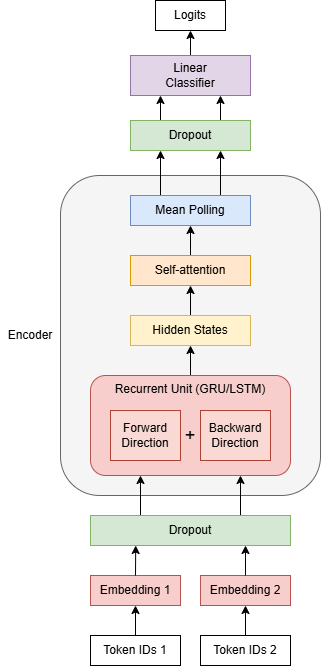
Before: docs/figures/rnn_architecture_diagram/rnn_architecture.drawio.png, a diagram exported from draw.io (RayYouDS/cits4012-NLP-project). Source tidied: cells renumbered, new cells last; positions are measured from the earlier drawing's top-left corner, leaving out a move shared by most shapes. Source of this version:
```xml
<mxGraphModel>
  <root>
    <mxCell id="0" />
    <mxCell id="1" parent="0" />
    <mxCell id="2" style="rounded=1;whiteSpace=wrap;html=1;roundedPerimeter=1;fillColor=#f5f5f5;fontColor=#333333;strokeColor=#666666;" parent="1" vertex="1">
      <mxGeometry x="60" y="175" width="260" height="320" as="geometry" />
    </mxCell>
    <mxCell id="3" value="Embedding 1" style="rounded=0;whiteSpace=wrap;html=1;fillColor=#f8cecc;strokeColor=#b85450;" parent="1" vertex="1">
      <mxGeometry x="90" y="575" width="90" height="30" as="geometry" />
    </mxCell>
    <mxCell id="4" value="Embedding 2" style="rounded=0;whiteSpace=wrap;html=1;fillColor=#f8cecc;strokeColor=#b85450;" parent="1" vertex="1">
      <mxGeometry x="200" y="575" width="90" height="30" as="geometry" />
    </mxCell>
    <mxCell id="5" style="edgeStyle=orthogonalEdgeStyle;rounded=0;jettySize=auto;html=1;exitX=0.5;exitY=0;exitDx=0;exitDy=0;entryX=0.5;entryY=1;entryDx=0;entryDy=0;" parent="1" edge="1" source="6" target="3">
      <mxGeometry relative="1" as="geometry" />
    </mxCell>
    <mxCell id="6" value="Token IDs 1" style="rounded=0;whiteSpace=wrap;html=1;" parent="1" vertex="1">
      <mxGeometry x="90" y="635" width="90" height="30" as="geometry" />
    </mxCell>
    <mxCell id="7" style="edgeStyle=orthogonalEdgeStyle;rounded=0;jettySize=auto;html=1;exitX=0.5;exitY=0;exitDx=0;exitDy=0;entryX=0.5;entryY=1;entryDx=0;entryDy=0;" parent="1" edge="1" source="8" target="4">
      <mxGeometry relative="1" as="geometry" />
    </mxCell>
    <mxCell id="8" value="Token IDs 2" style="rounded=0;whiteSpace=wrap;html=1;" parent="1" vertex="1">
      <mxGeometry x="200" y="635" width="90" height="30" as="geometry" />
    </mxCell>
    <mxCell id="9" style="edgeStyle=orthogonalEdgeStyle;rounded=0;jettySize=auto;html=1;exitX=0.25;exitY=0;exitDx=0;exitDy=0;entryX=0.25;entryY=1;entryDx=0;entryDy=0;" parent="1" edge="1" source="11" target="13">
      <mxGeometry relative="1" as="geometry" />
    </mxCell>
    <mxCell id="10" style="edgeStyle=orthogonalEdgeStyle;rounded=0;jettySize=auto;html=1;exitX=0.75;exitY=0;exitDx=0;exitDy=0;entryX=0.75;entryY=1;entryDx=0;entryDy=0;" parent="1" edge="1" source="11" target="13">
      <mxGeometry relative="1" as="geometry" />
    </mxCell>
    <mxCell id="11" value="Dropout" style="rounded=0;whiteSpace=wrap;html=1;fillColor=#d5e8d4;strokeColor=#82b366;" parent="1" vertex="1">
      <mxGeometry x="90" y="515" width="200" height="30" as="geometry" />
    </mxCell>
    <mxCell id="12" style="edgeStyle=orthogonalEdgeStyle;rounded=0;jettySize=auto;html=1;exitX=0.5;exitY=0;exitDx=0;exitDy=0;entryX=0.5;entryY=1;entryDx=0;entryDy=0;" parent="1" edge="1" source="13" target="23">
      <mxGeometry relative="1" as="geometry" />
    </mxCell>
    <mxCell id="13" value="Recurrent Unit (GRU/LSTM)" style="rounded=1;whiteSpace=wrap;html=1;roundedPerimeter=1;verticalAlign=top;fillColor=#f8cecc;strokeColor=#b85450;" parent="1" vertex="1">
      <mxGeometry x="90" y="375" width="200" height="100" as="geometry" />
    </mxCell>
    <mxCell id="14" value="Forward&lt;br&gt;Direction" style="rounded=0;whiteSpace=wrap;html=1;fillColor=#fad9d5;strokeColor=#ae4132;" parent="1" vertex="1">
      <mxGeometry x="110" y="410" width="70" height="50" as="geometry" />
    </mxCell>
    <mxCell id="15" value="Backward&lt;br&gt;Direction" style="rounded=0;whiteSpace=wrap;html=1;fillColor=#fad9d5;strokeColor=#ae4132;" parent="1" vertex="1">
      <mxGeometry x="200" y="410" width="70" height="50" as="geometry" />
    </mxCell>
    <mxCell id="16" value="+" style="text;html=1;whiteSpace=wrap;strokeColor=none;fillColor=none;align=center;verticalAlign=middle;rounded=0;fontSize=18;" parent="1" vertex="1">
      <mxGeometry x="180" y="420" width="20" height="30" as="geometry" />
    </mxCell>
    <mxCell id="17" style="edgeStyle=orthogonalEdgeStyle;rounded=0;jettySize=auto;html=1;exitX=0.5;exitY=0;exitDx=0;exitDy=0;entryX=0.5;entryY=1;entryDx=0;entryDy=0;" parent="1" edge="1" source="18" target="21">
      <mxGeometry relative="1" as="geometry" />
    </mxCell>
    <mxCell id="18" value="Self-attention" style="rounded=0;whiteSpace=wrap;html=1;fillColor=#ffe6cc;strokeColor=#d79b00;" parent="1" vertex="1">
      <mxGeometry x="130" y="255" width="120" height="30" as="geometry" />
    </mxCell>
    <mxCell id="19" style="edgeStyle=orthogonalEdgeStyle;rounded=0;jettySize=auto;html=1;exitX=0.25;exitY=0;exitDx=0;exitDy=0;entryX=0.25;entryY=1;entryDx=0;entryDy=0;" parent="1" edge="1" source="21" target="27">
      <mxGeometry relative="1" as="geometry" />
    </mxCell>
    <mxCell id="20" style="edgeStyle=orthogonalEdgeStyle;rounded=0;jettySize=auto;html=1;exitX=0.75;exitY=0;exitDx=0;exitDy=0;entryX=0.75;entryY=1;entryDx=0;entryDy=0;" parent="1" edge="1" source="21" target="27">
      <mxGeometry relative="1" as="geometry" />
    </mxCell>
    <mxCell id="21" value="Mean Polling" style="rounded=0;whiteSpace=wrap;html=1;fillColor=#dae8fc;strokeColor=#6c8ebf;" parent="1" vertex="1">
      <mxGeometry x="130" y="195" width="120" height="30" as="geometry" />
    </mxCell>
    <mxCell id="22" style="edgeStyle=orthogonalEdgeStyle;rounded=0;jettySize=auto;html=1;exitX=0.5;exitY=0;exitDx=0;exitDy=0;entryX=0.5;entryY=1;entryDx=0;entryDy=0;" parent="1" edge="1" source="23" target="18">
      <mxGeometry relative="1" as="geometry" />
    </mxCell>
    <mxCell id="23" value="Hidden States" style="rounded=0;whiteSpace=wrap;html=1;fillColor=#fff2cc;strokeColor=#d6b656;" parent="1" vertex="1">
      <mxGeometry x="130" y="315" width="120" height="30" as="geometry" />
    </mxCell>
    <mxCell id="24" value="Encoder" style="text;html=1;whiteSpace=wrap;strokeColor=none;fillColor=none;align=center;verticalAlign=middle;rounded=0;" parent="1" vertex="1">
      <mxGeometry y="320" width="60" height="30" as="geometry" />
    </mxCell>
    <mxCell id="25" style="edgeStyle=orthogonalEdgeStyle;rounded=0;jettySize=auto;html=1;exitX=0.25;exitY=0;exitDx=0;exitDy=0;entryX=0.25;entryY=1;entryDx=0;entryDy=0;" parent="1" edge="1" source="27" target="29">
      <mxGeometry relative="1" as="geometry" />
    </mxCell>
    <mxCell id="26" style="edgeStyle=orthogonalEdgeStyle;rounded=0;jettySize=auto;html=1;exitX=0.75;exitY=0;exitDx=0;exitDy=0;entryX=0.75;entryY=1;entryDx=0;entryDy=0;" parent="1" edge="1" source="27" target="29">
      <mxGeometry relative="1" as="geometry" />
    </mxCell>
    <mxCell id="27" value="Dropout" style="rounded=0;whiteSpace=wrap;html=1;fillColor=#d5e8d4;strokeColor=#82b366;" parent="1" vertex="1">
      <mxGeometry x="130" y="120" width="120" height="30" as="geometry" />
    </mxCell>
    <mxCell id="28" style="edgeStyle=orthogonalEdgeStyle;rounded=0;jettySize=auto;html=1;exitX=0.5;exitY=0;exitDx=0;exitDy=0;entryX=0.5;entryY=1;entryDx=0;entryDy=0;" parent="1" edge="1" source="29" target="32">
      <mxGeometry relative="1" as="geometry" />
    </mxCell>
    <mxCell id="29" value="Linear&lt;br&gt;Classifier" style="rounded=0;whiteSpace=wrap;html=1;fillColor=#e1d5e7;strokeColor=#9673a6;" parent="1" vertex="1">
      <mxGeometry x="130" y="55" width="120" height="40" as="geometry" />
    </mxCell>
    <mxCell id="30" style="edgeStyle=orthogonalEdgeStyle;rounded=0;jettySize=auto;html=1;exitX=0.5;exitY=0;exitDx=0;exitDy=0;entryX=0.775;entryY=1;entryDx=0;entryDy=0;entryPerimeter=0;" parent="1" edge="1" source="4" target="11">
      <mxGeometry relative="1" as="geometry" />
    </mxCell>
    <mxCell id="31" style="edgeStyle=orthogonalEdgeStyle;rounded=0;jettySize=auto;html=1;exitX=0.5;exitY=0;exitDx=0;exitDy=0;entryX=0.226;entryY=1;entryDx=0;entryDy=0;entryPerimeter=0;" parent="1" edge="1" source="3" target="11">
      <mxGeometry relative="1" as="geometry" />
    </mxCell>
    <mxCell id="32" value="Logits" style="rounded=0;whiteSpace=wrap;html=1;" parent="1" vertex="1">
      <mxGeometry x="155" width="70" height="30" as="geometry" />
    </mxCell>
  </root>
</mxGraphModel>
```
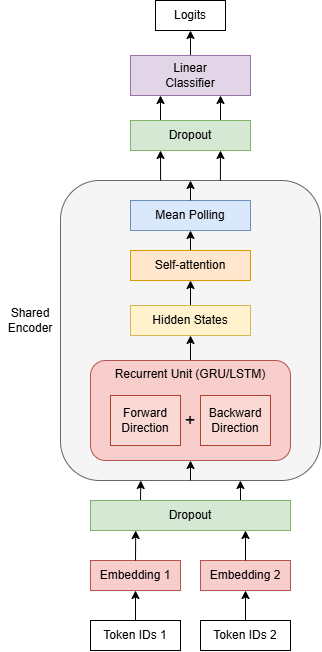
After the commit.

Commit message:
update: model architecture diagrams

Change to the diagram source:
```diff
@@ -3,7 +3,7 @@
     <mxCell id="0" />
     <mxCell id="1" parent="0" />
     <mxCell id="2" style="rounded=1;whiteSpace=wrap;html=1;roundedPerimeter=1;fillColor=#f5f5f5;fontColor=#333333;strokeColor=#666666;" parent="1" vertex="1">
-      <mxGeometry x="60" y="175" width="260" height="320" as="geometry" />
+      <mxGeometry x="60" y="195" width="260" height="300" as="geometry" />
     </mxCell>
     <mxCell id="3" value="Embedding 1" style="rounded=0;whiteSpace=wrap;html=1;fillColor=#f8cecc;strokeColor=#b85450;" parent="1" vertex="1">
       <mxGeometry x="90" y="575" width="90" height="30" as="geometry" />
@@ -23,12 +23,12 @@
     <mxCell id="8" value="Token IDs 2" style="rounded=0;whiteSpace=wrap;html=1;" parent="1" vertex="1">
       <mxGeometry x="200" y="635" width="90" height="30" as="geometry" />
     </mxCell>
-    <mxCell id="9" style="edgeStyle=orthogonalEdgeStyle;rounded=0;jettySize=auto;html=1;exitX=0.25;exitY=0;exitDx=0;exitDy=0;entryX=0.25;entryY=1;entryDx=0;entryDy=0;" parent="1" edge="1" source="11" target="13">
-      <mxGeometry relative="1" as="geometry" />
-    </mxCell>
-    <mxCell id="10" style="edgeStyle=orthogonalEdgeStyle;rounded=0;jettySize=auto;html=1;exitX=0.75;exitY=0;exitDx=0;exitDy=0;entryX=0.75;entryY=1;entryDx=0;entryDy=0;" parent="1" edge="1" source="11" target="13">
-      <mxGeometry relative="1" as="geometry" />
-    </mxCell>
+    <mxCell id="33" style="edgeStyle=orthogonalEdgeStyle;rounded=0;jettySize=auto;html=1;exitX=0.25;exitY=0;exitDx=0;exitDy=0;entryX=0.305;entryY=1.01;entryDx=0;entryDy=0;" parent="1" edge="1" source="11" target="2">
+      <mxGeometry relative="1" as="geometry" />
+    </mxCell>
+    <mxCell id="34" style="edgeStyle=orthogonalEdgeStyle;rounded=0;jettySize=auto;html=1;exitX=0.75;exitY=0;exitDx=0;exitDy=0;entryX=0.692;entryY=1;entryDx=0;entryDy=0;" parent="1" edge="1" source="11" target="2">
+      <mxGeometry relative="1" as="geometry" />
+    </mxCell>
     <mxCell id="11" value="Dropout" style="rounded=0;whiteSpace=wrap;html=1;fillColor=#d5e8d4;strokeColor=#82b366;" parent="1" vertex="1">
       <mxGeometry x="90" y="515" width="200" height="30" as="geometry" />
     </mxCell>
@@ -51,24 +51,18 @@
       <mxGeometry relative="1" as="geometry" />
     </mxCell>
     <mxCell id="18" value="Self-attention" style="rounded=0;whiteSpace=wrap;html=1;fillColor=#ffe6cc;strokeColor=#d79b00;" parent="1" vertex="1">
-      <mxGeometry x="130" y="255" width="120" height="30" as="geometry" />
+      <mxGeometry x="130" y="265" width="120" height="30" as="geometry" />
     </mxCell>
-    <mxCell id="19" style="edgeStyle=orthogonalEdgeStyle;rounded=0;jettySize=auto;html=1;exitX=0.25;exitY=0;exitDx=0;exitDy=0;entryX=0.25;entryY=1;entryDx=0;entryDy=0;" parent="1" edge="1" source="21" target="27">
-      <mxGeometry relative="1" as="geometry" />
-    </mxCell>
-    <mxCell id="20" style="edgeStyle=orthogonalEdgeStyle;rounded=0;jettySize=auto;html=1;exitX=0.75;exitY=0;exitDx=0;exitDy=0;entryX=0.75;entryY=1;entryDx=0;entryDy=0;" parent="1" edge="1" source="21" target="27">
-      <mxGeometry relative="1" as="geometry" />
-    </mxCell>
     <mxCell id="21" value="Mean Polling" style="rounded=0;whiteSpace=wrap;html=1;fillColor=#dae8fc;strokeColor=#6c8ebf;" parent="1" vertex="1">
-      <mxGeometry x="130" y="195" width="120" height="30" as="geometry" />
+      <mxGeometry x="130" y="215" width="120" height="30" as="geometry" />
     </mxCell>
     <mxCell id="22" style="edgeStyle=orthogonalEdgeStyle;rounded=0;jettySize=auto;html=1;exitX=0.5;exitY=0;exitDx=0;exitDy=0;entryX=0.5;entryY=1;entryDx=0;entryDy=0;" parent="1" edge="1" source="23" target="18">
       <mxGeometry relative="1" as="geometry" />
     </mxCell>
     <mxCell id="23" value="Hidden States" style="rounded=0;whiteSpace=wrap;html=1;fillColor=#fff2cc;strokeColor=#d6b656;" parent="1" vertex="1">
-      <mxGeometry x="130" y="315" width="120" height="30" as="geometry" />
+      <mxGeometry x="130" y="320" width="120" height="30" as="geometry" />
     </mxCell>
-    <mxCell id="24" value="Encoder" style="text;html=1;whiteSpace=wrap;strokeColor=none;fillColor=none;align=center;verticalAlign=middle;rounded=0;" parent="1" vertex="1">
+    <mxCell id="24" value="Shared&lt;br&gt;Encoder" style="text;html=1;whiteSpace=wrap;strokeColor=none;fillColor=none;align=center;verticalAlign=middle;rounded=0;" parent="1" vertex="1">
       <mxGeometry y="320" width="60" height="30" as="geometry" />
     </mxCell>
     <mxCell id="25" style="edgeStyle=orthogonalEdgeStyle;rounded=0;jettySize=auto;html=1;exitX=0.25;exitY=0;exitDx=0;exitDy=0;entryX=0.25;entryY=1;entryDx=0;entryDy=0;" parent="1" edge="1" source="27" target="29">
@@ -77,14 +71,20 @@
     <mxCell id="26" style="edgeStyle=orthogonalEdgeStyle;rounded=0;jettySize=auto;html=1;exitX=0.75;exitY=0;exitDx=0;exitDy=0;entryX=0.75;entryY=1;entryDx=0;entryDy=0;" parent="1" edge="1" source="27" target="29">
       <mxGeometry relative="1" as="geometry" />
     </mxCell>
+    <mxCell id="35" style="edgeStyle=orthogonalEdgeStyle;rounded=0;jettySize=auto;html=1;exitX=0.75;exitY=1;exitDx=0;exitDy=0;entryX=0.615;entryY=0;entryDx=0;entryDy=0;startArrow=classic;startFill=1;endArrow=none;endFill=0;" parent="1" edge="1" source="27" target="2">
+      <mxGeometry relative="1" as="geometry" />
+    </mxCell>
+    <mxCell id="36" style="edgeStyle=orthogonalEdgeStyle;rounded=0;jettySize=auto;html=1;exitX=0.25;exitY=1;exitDx=0;exitDy=0;entryX=0.385;entryY=0;entryDx=0;entryDy=0;startArrow=classic;startFill=1;endArrow=none;endFill=0;" parent="1" edge="1" source="27" target="2">
+      <mxGeometry relative="1" as="geometry" />
+    </mxCell>
     <mxCell id="27" value="Dropout" style="rounded=0;whiteSpace=wrap;html=1;fillColor=#d5e8d4;strokeColor=#82b366;" parent="1" vertex="1">
-      <mxGeometry x="130" y="120" width="120" height="30" as="geometry" />
+      <mxGeometry x="130" y="135" width="120" height="30" as="geometry" />
     </mxCell>
     <mxCell id="28" style="edgeStyle=orthogonalEdgeStyle;rounded=0;jettySize=auto;html=1;exitX=0.5;exitY=0;exitDx=0;exitDy=0;entryX=0.5;entryY=1;entryDx=0;entryDy=0;" parent="1" edge="1" source="29" target="32">
       <mxGeometry relative="1" as="geometry" />
     </mxCell>
     <mxCell id="29" value="Linear&lt;br&gt;Classifier" style="rounded=0;whiteSpace=wrap;html=1;fillColor=#e1d5e7;strokeColor=#9673a6;" parent="1" vertex="1">
-      <mxGeometry x="130" y="55" width="120" height="40" as="geometry" />
+      <mxGeometry x="130" y="70" width="120" height="40" as="geometry" />
     </mxCell>
     <mxCell id="30" style="edgeStyle=orthogonalEdgeStyle;rounded=0;jettySize=auto;html=1;exitX=0.5;exitY=0;exitDx=0;exitDy=0;entryX=0.775;entryY=1;entryDx=0;entryDy=0;entryPerimeter=0;" parent="1" edge="1" source="4" target="11">
       <mxGeometry relative="1" as="geometry" />
@@ -93,7 +93,16 @@
       <mxGeometry relative="1" as="geometry" />
     </mxCell>
     <mxCell id="32" value="Logits" style="rounded=0;whiteSpace=wrap;html=1;" parent="1" vertex="1">
-      <mxGeometry x="155" width="70" height="30" as="geometry" />
+      <mxGeometry x="155" y="15" width="70" height="30" as="geometry" />
     </mxCell>
+    <mxCell id="37" style="edgeStyle=orthogonalEdgeStyle;rounded=0;orthogonalLoop=1;jettySize=auto;html=1;innerLoopWaypoints=1;exitX=0.5;exitY=1;exitDx=0;exitDy=0;entryX=0.5;entryY=0.938;entryDx=0;entryDy=0;" parent="1" edge="1" source="2" target="2">
+      <mxGeometry relative="1" as="geometry" />
+    </mxCell>
+    <mxCell id="38" style="endArrow=classic;html=1;rounded=0;exitX=0.5;exitY=1;exitDx=0;exitDy=0;entryX=0.5;entryY=1;entryDx=0;entryDy=0;" parent="1" edge="1" source="2" target="13">
+      <mxGeometry relative="1" as="geometry" />
+    </mxCell>
+    <mxCell id="39" style="endArrow=classic;html=1;rounded=0;exitX=0.5;exitY=0;exitDx=0;exitDy=0;" parent="1" edge="1" source="21" target="2">
+      <mxGeometry relative="1" as="geometry" />
+    </mxCell>
   </root>
 </mxGraphModel>
```
